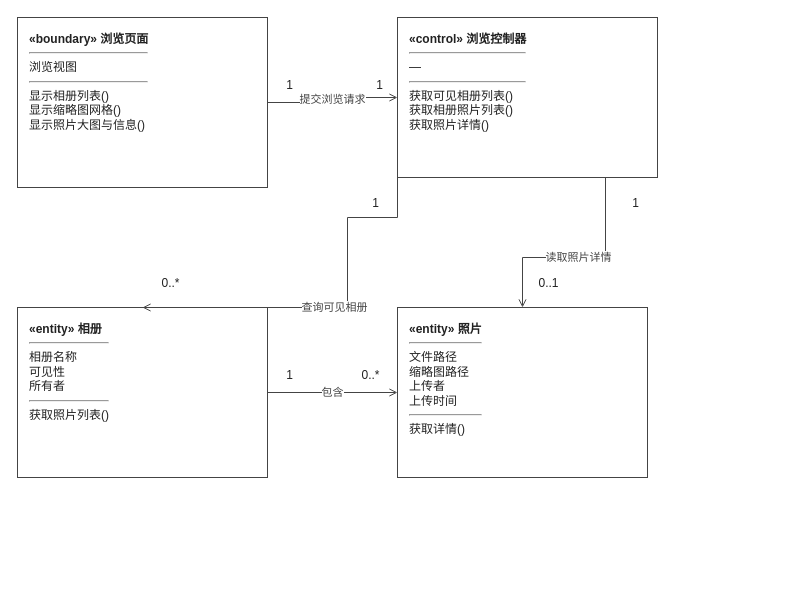
Before: docs/交付/3-照片管理-王柯涵/images/浏览照片_类模型图.drawio in chennuo1101/electronic-photo-album-system1, a draw.io diagram. Source tidied: cells renumbered, new cells numbered last; positions are measured from the earlier drawing's top-left corner, leaving out a move shared by most shapes. Both pictures are drawn from the tidied source at 100%, with x=0, y=0 at pixel (17, 17).
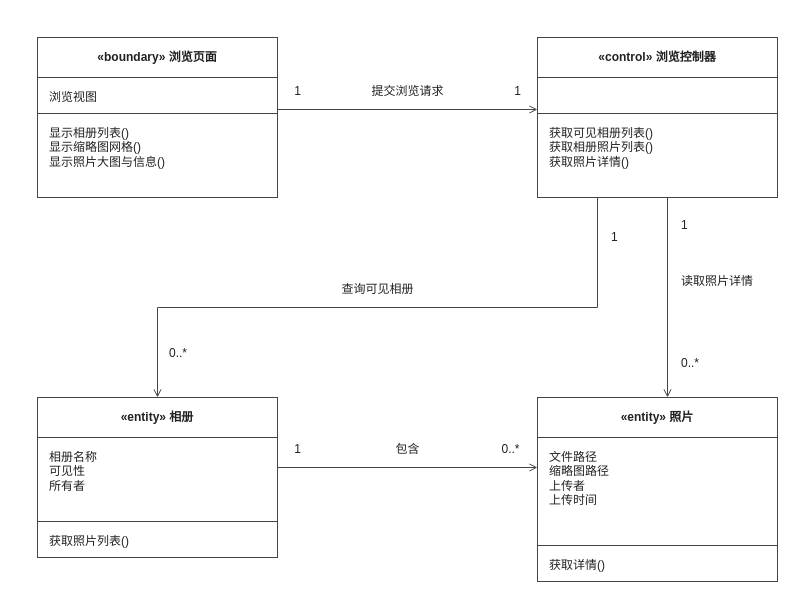
The same diagram, later.

The edit, as a diff of the source:
```diff
@@
-    <mxCell id="2" value="&lt;b&gt;«boundary» 浏览页面&lt;/b&gt;&lt;hr&gt;浏览视图&lt;br&gt;&lt;hr&gt;显示相册列表()&lt;br&gt;显示缩略图网格()&lt;br&gt;显示照片大图与信息()&lt;br&gt;" style="rounded=0;whiteSpace=wrap;html=1;fillColor=#FFFFFF;strokeColor=#444444;verticalAlign=top;align=left;spacingLeft=10;spacingTop=8;fontFamily=Microsoft YaHei;fontSize=12;fontColor=#222222;" parent="1" vertex="1">
-      <mxGeometry width="250" height="170" as="geometry" />
-    </mxCell>
-    <mxCell id="3" value="&lt;b&gt;«control» 浏览控制器&lt;/b&gt;&lt;hr&gt;—&lt;hr&gt;获取可见相册列表()&lt;br&gt;获取相册照片列表()&lt;br&gt;获取照片详情()&lt;br&gt;" style="rounded=0;whiteSpace=wrap;html=1;fillColor=#FFFFFF;strokeColor=#444444;verticalAlign=top;align=left;spacingLeft=10;spacingTop=8;fontFamily=Microsoft YaHei;fontSize=12;fontColor=#222222;" parent="1" vertex="1">
-      <mxGeometry x="380" width="260" height="160" as="geometry" />
-    </mxCell>
-    <mxCell id="4" value="&lt;b&gt;«entity» 相册&lt;/b&gt;&lt;hr&gt;相册名称&lt;br&gt;可见性&lt;br&gt;所有者&lt;br&gt;&lt;hr&gt;获取照片列表()&lt;br&gt;" style="rounded=0;whiteSpace=wrap;html=1;fillColor=#FFFFFF;strokeColor=#444444;verticalAlign=top;align=left;spacingLeft=10;spacingTop=8;fontFamily=Microsoft YaHei;fontSize=12;fontColor=#222222;" parent="1" vertex="1">
-      <mxGeometry y="290" width="250" height="170" as="geometry" />
-    </mxCell>
-    <mxCell id="5" value="&lt;b&gt;«entity» 照片&lt;/b&gt;&lt;hr&gt;文件路径&lt;br&gt;缩略图路径&lt;br&gt;上传者&lt;br&gt;上传时间&lt;br&gt;&lt;hr&gt;获取详情()&lt;br&gt;" style="rounded=0;whiteSpace=wrap;html=1;fillColor=#FFFFFF;strokeColor=#444444;verticalAlign=top;align=left;spacingLeft=10;spacingTop=8;fontFamily=Microsoft YaHei;fontSize=12;fontColor=#222222;" parent="1" vertex="1">
-      <mxGeometry x="380" y="290" width="250" height="170" as="geometry" />
-    </mxCell>
+    <mxCell id="18" value="«boundary» 浏览页面" style="rounded=0;whiteSpace=wrap;html=1;fillColor=#FFFFFF;strokeColor=#444444;align=center;verticalAlign=middle;fontStyle=1;fontFamily=Microsoft YaHei;fontSize=12;fontColor=#222222;" parent="1" vertex="1">
+      <mxGeometry x="20" y="20" width="240" height="40" as="geometry" />
+    </mxCell>
+    <mxCell id="19" value="浏览视图" style="rounded=0;whiteSpace=wrap;html=1;fillColor=#FFFFFF;strokeColor=#444444;verticalAlign=top;align=left;spacingLeft=10;spacingTop=6;fontFamily=Microsoft YaHei;fontSize=12;fontColor=#222222;" parent="1" vertex="1">
+      <mxGeometry x="20" y="60" width="240" height="36" as="geometry" />
+    </mxCell>
+    <mxCell id="20" value="显示相册列表()&#10;显示缩略图网格()&#10;显示照片大图与信息()" style="rounded=0;whiteSpace=wrap;html=1;fillColor=#FFFFFF;strokeColor=#444444;verticalAlign=top;align=left;spacingLeft=10;spacingTop=6;fontFamily=Microsoft YaHei;fontSize=12;fontColor=#222222;" parent="1" vertex="1">
+      <mxGeometry x="20" y="96" width="240" height="84" as="geometry" />
+    </mxCell>
+    <mxCell id="21" value="«control» 浏览控制器" style="rounded=0;whiteSpace=wrap;html=1;fillColor=#FFFFFF;strokeColor=#444444;align=center;verticalAlign=middle;fontStyle=1;fontFamily=Microsoft YaHei;fontSize=12;fontColor=#222222;" parent="1" vertex="1">
+      <mxGeometry x="520" y="20" width="240" height="40" as="geometry" />
+    </mxCell>
+    <mxCell id="22" style="rounded=0;whiteSpace=wrap;html=1;fillColor=#FFFFFF;strokeColor=#444444;verticalAlign=top;align=left;spacingLeft=10;spacingTop=6;fontFamily=Microsoft YaHei;fontSize=12;fontColor=#222222;" parent="1" vertex="1">
+      <mxGeometry x="520" y="60" width="240" height="36" as="geometry" />
+    </mxCell>
+    <mxCell id="23" value="获取可见相册列表()&#10;获取相册照片列表()&#10;获取照片详情()" style="rounded=0;whiteSpace=wrap;html=1;fillColor=#FFFFFF;strokeColor=#444444;verticalAlign=top;align=left;spacingLeft=10;spacingTop=6;fontFamily=Microsoft YaHei;fontSize=12;fontColor=#222222;" parent="1" vertex="1">
+      <mxGeometry x="520" y="96" width="240" height="84" as="geometry" />
+    </mxCell>
+    <mxCell id="24" value="«entity» 相册" style="rounded=0;whiteSpace=wrap;html=1;fillColor=#FFFFFF;strokeColor=#444444;align=center;verticalAlign=middle;fontStyle=1;fontFamily=Microsoft YaHei;fontSize=12;fontColor=#222222;" parent="1" vertex="1">
+      <mxGeometry x="20" y="380" width="240" height="40" as="geometry" />
+    </mxCell>
+    <mxCell id="25" value="相册名称&#10;可见性&#10;所有者" style="rounded=0;whiteSpace=wrap;html=1;fillColor=#FFFFFF;strokeColor=#444444;verticalAlign=top;align=left;spacingLeft=10;spacingTop=6;fontFamily=Microsoft YaHei;fontSize=12;fontColor=#222222;" parent="1" vertex="1">
+      <mxGeometry x="20" y="420" width="240" height="84" as="geometry" />
+    </mxCell>
+    <mxCell id="26" value="获取照片列表()" style="rounded=0;whiteSpace=wrap;html=1;fillColor=#FFFFFF;strokeColor=#444444;verticalAlign=top;align=left;spacingLeft=10;spacingTop=6;fontFamily=Microsoft YaHei;fontSize=12;fontColor=#222222;" parent="1" vertex="1">
+      <mxGeometry x="20" y="504" width="240" height="36" as="geometry" />
+    </mxCell>
+    <mxCell id="27" value="«entity» 照片" style="rounded=0;whiteSpace=wrap;html=1;fillColor=#FFFFFF;strokeColor=#444444;align=center;verticalAlign=middle;fontStyle=1;fontFamily=Microsoft YaHei;fontSize=12;fontColor=#222222;" parent="1" vertex="1">
+      <mxGeometry x="520" y="380" width="240" height="40" as="geometry" />
+    </mxCell>
+    <mxCell id="28" value="文件路径&#10;缩略图路径&#10;上传者&#10;上传时间" style="rounded=0;whiteSpace=wrap;html=1;fillColor=#FFFFFF;strokeColor=#444444;verticalAlign=top;align=left;spacingLeft=10;spacingTop=6;fontFamily=Microsoft YaHei;fontSize=12;fontColor=#222222;" parent="1" vertex="1">
+      <mxGeometry x="520" y="420" width="240" height="108" as="geometry" />
+    </mxCell>
+    <mxCell id="29" value="获取详情()" style="rounded=0;whiteSpace=wrap;html=1;fillColor=#FFFFFF;strokeColor=#444444;verticalAlign=top;align=left;spacingLeft=10;spacingTop=6;fontFamily=Microsoft YaHei;fontSize=12;fontColor=#222222;" parent="1" vertex="1">
+      <mxGeometry x="520" y="528" width="240" height="36" as="geometry" />
+    </mxCell>
-    <mxCell id="6" value="提交浏览请求" style="edgeStyle=orthogonalEdgeStyle;rounded=0;html=1;strokeColor=#444444;strokeWidth=1;fontFamily=Microsoft YaHei;fontSize=11;fontColor=#444444;labelBackgroundColor=#FFFFFF;startArrow=none;endArrow=open;exitX=1;exitY=0.5;entryX=0;entryY=0.5;" parent="1" edge="1" source="2" target="3">
-      <mxGeometry relative="1" as="geometry" />
+    <mxCell id="6" style="html=1;rounded=0;strokeColor=#444444;strokeWidth=1;startArrow=none;endArrow=open;endFill=0;" parent="1" edge="1">
+      <mxGeometry relative="1" as="geometry">
+        <mxPoint x="260" y="92" as="sourcePoint" />
+        <mxPoint x="520" y="92" as="targetPoint" />
+      </mxGeometry>
     </mxCell>
+    <mxCell id="30" value="1" style="text;html=1;align=center;verticalAlign=middle;fillColor=none;strokeColor=none;fontFamily=Microsoft YaHei;fontSize=12;fontColor=#222222;" parent="1" vertex="1">
+      <mxGeometry x="268" y="64" width="24" height="20" as="geometry" />
+    </mxCell>
+    <mxCell id="31" value="提交浏览请求" style="text;html=1;align=center;verticalAlign=middle;fillColor=none;strokeColor=none;fontFamily=Microsoft YaHei;fontSize=12;fontColor=#222222;" parent="1" vertex="1">
+      <mxGeometry x="350" y="64" width="80" height="20" as="geometry" />
+    </mxCell>
+    <mxCell id="32" value="1" style="text;html=1;align=center;verticalAlign=middle;fillColor=none;strokeColor=none;fontFamily=Microsoft YaHei;fontSize=12;fontColor=#222222;" parent="1" vertex="1">
+      <mxGeometry x="488" y="64" width="24" height="20" as="geometry" />
+    </mxCell>
+    <mxCell id="33" style="html=1;rounded=0;strokeColor=#444444;strokeWidth=1;startArrow=none;endArrow=none;" parent="1" edge="1">
+      <mxGeometry relative="1" as="geometry">
+        <mxPoint x="580" y="180" as="sourcePoint" />
+        <mxPoint x="580" y="290" as="targetPoint" />
+      </mxGeometry>
+    </mxCell>
+    <mxCell id="34" style="html=1;rounded=0;strokeColor=#444444;strokeWidth=1;startArrow=none;endArrow=none;" parent="1" edge="1">
+      <mxGeometry relative="1" as="geometry">
+        <mxPoint x="580" y="290" as="sourcePoint" />
+        <mxPoint x="140" y="290" as="targetPoint" />
+      </mxGeometry>
+    </mxCell>
+    <mxCell id="35" style="html=1;rounded=0;strokeColor=#444444;strokeWidth=1;startArrow=none;endArrow=open;endFill=0;" parent="1" edge="1">
+      <mxGeometry relative="1" as="geometry">
+        <mxPoint x="140" y="290" as="sourcePoint" />
+        <mxPoint x="140" y="380" as="targetPoint" />
+      </mxGeometry>
+    </mxCell>
+    <mxCell id="36" value="1" style="text;html=1;align=left;verticalAlign=middle;fillColor=none;strokeColor=none;fontFamily=Microsoft YaHei;fontSize=12;fontColor=#222222;" parent="1" vertex="1">
+      <mxGeometry x="592" y="210" width="24" height="20" as="geometry" />
+    </mxCell>
-    <mxCell id="7" value="查询可见相册" style="edgeStyle=orthogonalEdgeStyle;rounded=0;html=1;strokeColor=#444444;strokeWidth=1;fontFamily=Microsoft YaHei;fontSize=11;fontColor=#444444;labelBackgroundColor=#FFFFFF;startArrow=none;endArrow=open;exitX=0;exitY=1;entryX=0.5;entryY=0;" parent="1" edge="1" source="3" target="4">
-      <mxGeometry relative="1" as="geometry">
-        <Array as="points">
-          <mxPoint x="330" y="200" />
-        </Array>
-      </mxGeometry>
+    <mxCell id="7" value="查询可见相册" style="text;html=1;align=center;verticalAlign=middle;fillColor=none;strokeColor=none;fontFamily=Microsoft YaHei;fontSize=12;fontColor=#222222;" parent="1" vertex="1">
+      <mxGeometry x="315" y="262" width="90" height="20" as="geometry" />
     </mxCell>
+    <mxCell id="37" value="0..*" style="text;html=1;align=left;verticalAlign=middle;fillColor=none;strokeColor=none;fontFamily=Microsoft YaHei;fontSize=12;fontColor=#222222;" parent="1" vertex="1">
+      <mxGeometry x="150" y="326" width="40" height="20" as="geometry" />
+    </mxCell>
-    <mxCell id="8" value="读取照片详情" style="edgeStyle=orthogonalEdgeStyle;rounded=0;html=1;strokeColor=#444444;strokeWidth=1;fontFamily=Microsoft YaHei;fontSize=11;fontColor=#444444;labelBackgroundColor=#FFFFFF;startArrow=none;endArrow=open;exitX=0.8;exitY=1;entryX=0.5;entryY=0;" parent="1" edge="1" source="3" target="5">
+    <mxCell id="8" style="html=1;rounded=0;strokeColor=#444444;strokeWidth=1;startArrow=none;endArrow=open;endFill=0;" parent="1" edge="1">
       <mxGeometry relative="1" as="geometry">
-        <Array as="points">
-          <mxPoint x="588" y="240" />
-        </Array>
+        <mxPoint x="650" y="180" as="sourcePoint" />
+        <mxPoint x="650" y="380" as="targetPoint" />
       </mxGeometry>
     </mxCell>
+    <mxCell id="38" value="1" style="text;html=1;align=left;verticalAlign=middle;fillColor=none;strokeColor=none;fontFamily=Microsoft YaHei;fontSize=12;fontColor=#222222;" parent="1" vertex="1">
+      <mxGeometry x="662" y="198" width="24" height="20" as="geometry" />
+    </mxCell>
+    <mxCell id="39" value="读取照片详情" style="text;html=1;align=left;verticalAlign=middle;fillColor=none;strokeColor=none;fontFamily=Microsoft YaHei;fontSize=12;fontColor=#222222;" parent="1" vertex="1">
+      <mxGeometry x="662" y="254" width="90" height="20" as="geometry" />
+    </mxCell>
+    <mxCell id="40" value="0..*" style="text;html=1;align=left;verticalAlign=middle;fillColor=none;strokeColor=none;fontFamily=Microsoft YaHei;fontSize=12;fontColor=#222222;" parent="1" vertex="1">
+      <mxGeometry x="662" y="336" width="40" height="20" as="geometry" />
+    </mxCell>
-    <mxCell id="9" value="包含" style="edgeStyle=orthogonalEdgeStyle;rounded=0;html=1;strokeColor=#444444;strokeWidth=1;fontFamily=Microsoft YaHei;fontSize=11;fontColor=#444444;labelBackgroundColor=#FFFFFF;startArrow=none;endArrow=open;exitX=1;exitY=0.5;entryX=0;entryY=0.5;" parent="1" edge="1" source="4" target="5">
-      <mxGeometry relative="1" as="geometry" />
+    <mxCell id="9" style="html=1;rounded=0;strokeColor=#444444;strokeWidth=1;startArrow=none;endArrow=open;endFill=0;" parent="1" edge="1">
+      <mxGeometry relative="1" as="geometry">
+        <mxPoint x="260" y="450" as="sourcePoint" />
+        <mxPoint x="520" y="450" as="targetPoint" />
+      </mxGeometry>
     </mxCell>
-    <mxCell id="10" value="1" style="text;html=1;align=center;verticalAlign=middle;fillColor=none;strokeColor=none;fontFamily=Microsoft YaHei;fontSize=12;fontColor=#222222;" parent="1" vertex="1">
-      <mxGeometry x="262" y="58" width="20" height="20" as="geometry" />
-    </mxCell>
-    <mxCell id="11" value="1" style="text;html=1;align=center;verticalAlign=middle;fillColor=none;strokeColor=none;fontFamily=Microsoft YaHei;fontSize=12;fontColor=#222222;" parent="1" vertex="1">
-      <mxGeometry x="352" y="58" width="20" height="20" as="geometry" />
-    </mxCell>
-    <mxCell id="12" value="1" style="text;html=1;align=center;verticalAlign=middle;fillColor=none;strokeColor=none;fontFamily=Microsoft YaHei;fontSize=12;fontColor=#222222;" parent="1" vertex="1">
-      <mxGeometry x="348" y="176" width="20" height="20" as="geometry" />
-    </mxCell>
-    <mxCell id="13" value="0..*" style="text;html=1;align=center;verticalAlign=middle;fillColor=none;strokeColor=none;fontFamily=Microsoft YaHei;fontSize=12;fontColor=#222222;" parent="1" vertex="1">
-      <mxGeometry x="136" y="256" width="34" height="20" as="geometry" />
-    </mxCell>
-    <mxCell id="14" value="1" style="text;html=1;align=center;verticalAlign=middle;fillColor=none;strokeColor=none;fontFamily=Microsoft YaHei;fontSize=12;fontColor=#222222;" parent="1" vertex="1">
-      <mxGeometry x="608" y="176" width="20" height="20" as="geometry" />
-    </mxCell>
-    <mxCell id="15" value="0..1" style="text;html=1;align=center;verticalAlign=middle;fillColor=none;strokeColor=none;fontFamily=Microsoft YaHei;fontSize=12;fontColor=#222222;" parent="1" vertex="1">
-      <mxGeometry x="516" y="256" width="30" height="20" as="geometry" />
-    </mxCell>
-    <mxCell id="16" value="1" style="text;html=1;align=center;verticalAlign=middle;fillColor=none;strokeColor=none;fontFamily=Microsoft YaHei;fontSize=12;fontColor=#222222;" parent="1" vertex="1">
-      <mxGeometry x="262" y="348" width="20" height="20" as="geometry" />
-    </mxCell>
-    <mxCell id="17" value="0..*" style="text;html=1;align=center;verticalAlign=middle;fillColor=none;strokeColor=none;fontFamily=Microsoft YaHei;fontSize=12;fontColor=#222222;" parent="1" vertex="1">
-      <mxGeometry x="336" y="348" width="34" height="20" as="geometry" />
-    </mxCell>
+    <mxCell id="41" value="1" style="text;html=1;align=center;verticalAlign=middle;fillColor=none;strokeColor=none;fontFamily=Microsoft YaHei;fontSize=12;fontColor=#222222;" parent="1" vertex="1">
+      <mxGeometry x="268" y="422" width="24" height="20" as="geometry" />
+    </mxCell>
+    <mxCell id="42" value="包含" style="text;html=1;align=center;verticalAlign=middle;fillColor=none;strokeColor=none;fontFamily=Microsoft YaHei;fontSize=12;fontColor=#222222;" parent="1" vertex="1">
+      <mxGeometry x="365" y="422" width="50" height="20" as="geometry" />
+    </mxCell>
+    <mxCell id="43" value="0..*" style="text;html=1;align=center;verticalAlign=middle;fillColor=none;strokeColor=none;fontFamily=Microsoft YaHei;fontSize=12;fontColor=#222222;" parent="1" vertex="1">
+      <mxGeometry x="476" y="422" width="34" height="20" as="geometry" />
+    </mxCell>
```
